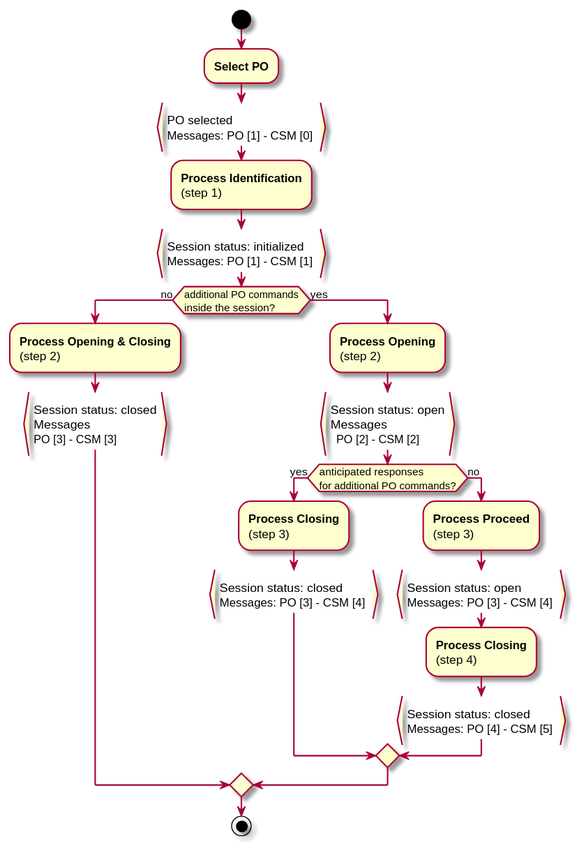
This is keyple-extension-calypso-spec/img/uml-activityDiagram-CalypsoTransaction-SessionModes.svg from yvonneyam/keyple-doc-yy, a PlantUML export, as it was before one commit. The source it was exported from:
```plantuml
@startuml
start
:**Select PO**;
:PO selected\nMessages: PO [1] - CSM [0] }
:**Process Identification**
(step 1);
:Session status: initialized\nMessages: PO [1] - CSM [1] }
if (additional PO commands\ninside the session?) then (no)
  :**Process Opening & Closing**
  (step 2);
  :Session status: closed\nMessages\nPO [3] - CSM [3] }
else (yes)
  :**Process Opening**
  (step 2);
  :Session status: open\nMessages\n  PO [2] - CSM [2] }
    if (anticipated responses\nfor additional PO commands?) then (yes)
    :**Process Closing**
	(step 3);
    :Session status: closed\nMessages: PO [3] - CSM [4] }
    else (no)
      :**Process Proceed**
	  (step 3);
      :Session status: open\nMessages: PO [3] - CSM [4] }
	  :**Process Closing**
	  (step 4);
      :Session status: closed\nMessages: PO [4] - CSM [5] }
	endif
endif
stop
@enduml
```
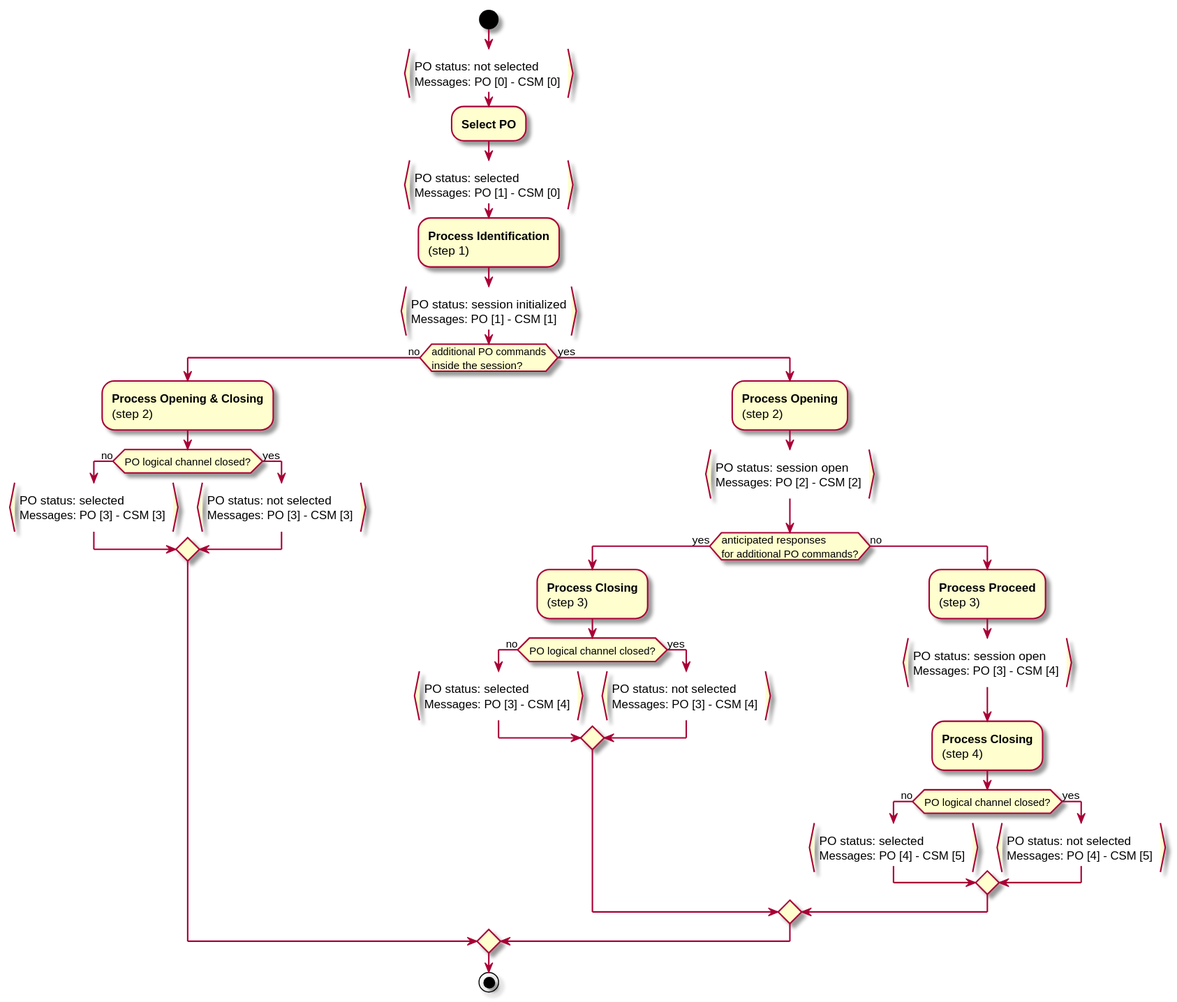
The same file after the commit.

Change to the diagram source:
```diff
@@ -1,29 +1,43 @@
 @startuml
 start
+:PO status: not selected\nMessages: PO [0] - CSM [0] }
 :**Select PO**;
-:PO selected\nMessages: PO [1] - CSM [0] }
+:PO status: selected\nMessages: PO [1] - CSM [0] }
 :**Process Identification**
 (step 1);
-:Session status: initialized\nMessages: PO [1] - CSM [1] }
+:PO status: session initialized\nMessages: PO [1] - CSM [1] }
 if (additional PO commands\ninside the session?) then (no)
   :**Process Opening & Closing**
   (step 2);
-  :Session status: closed\nMessages\nPO [3] - CSM [3] }
+  if (PO logical channel closed?) then (no)
+    :PO status: selected\nMessages: PO [3] - CSM [3] }
+  else (yes)
+    :PO status: not selected\nMessages: PO [3] - CSM [3] }
+  endif
 else (yes)
   :**Process Opening**
   (step 2);
-  :Session status: open\nMessages\n  PO [2] - CSM [2] }
+  :PO status: session open\nMessages: PO [2] - CSM [2] }
     if (anticipated responses\nfor additional PO commands?) then (yes)
-    :**Process Closing**
-	(step 3);
-    :Session status: closed\nMessages: PO [3] - CSM [4] }
+      :**Process Closing**
+	  (step 3);
+	  if (PO logical channel closed?) then (no)
+        :PO status: selected\nMessages: PO [3] - CSM [4] }
+      else (yes)
+        :PO status: not selected\nMessages: PO [3] - CSM [4] }
+      endif
     else (no)
       :**Process Proceed**
 	  (step 3);
-      :Session status: open\nMessages: PO [3] - CSM [4] }
+      :PO status: session open\nMessages: PO [3] - CSM [4] }
 	  :**Process Closing**
 	  (step 4);
-      :Session status: closed\nMessages: PO [4] - CSM [5] }
+
+	  if (PO logical channel closed?) then (no)
+        :PO status: selected\nMessages: PO [4] - CSM [5] }
+      else (yes)
+        :PO status: not selected\nMessages: PO [4] - CSM [5] }
+      endif
 	endif
 endif
 stop
```
